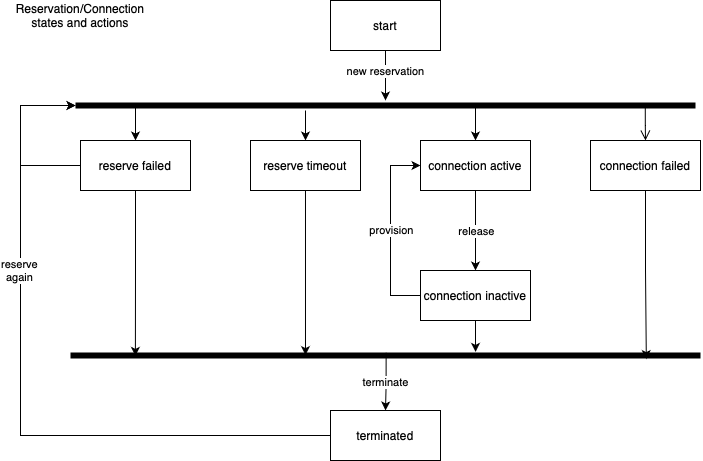
Earlier version of the draw.io export static/ConnectionStateAndActions.drawio.png (workfloworchestrator/nsi-aura). Source tidied: cells renumbered, new cells last; positions are measured from the earlier drawing's top-left corner, leaving out a move shared by most shapes. Its diagram source:
```xml
<mxGraphModel>
  <root>
    <mxCell id="0" />
    <mxCell id="1" parent="0" />
    <mxCell id="2" style="edgeStyle=orthogonalEdgeStyle;rounded=0;jettySize=auto;html=1;" parent="1" edge="1" source="4" target="12">
      <mxGeometry relative="1" as="geometry" />
    </mxCell>
    <mxCell id="3" value="new reservation" style="edgeLabel;html=1;align=center;verticalAlign=middle;" parent="2" vertex="1">
      <mxGeometry x="-0.2" y="-1" relative="1" as="geometry" />
    </mxCell>
    <mxCell id="4" value="start" style="html=1;whiteSpace=wrap;" parent="1" vertex="1">
      <mxGeometry x="310" width="110" height="50" as="geometry" />
    </mxCell>
    <mxCell id="5" style="edgeStyle=orthogonalEdgeStyle;rounded=0;jettySize=auto;html=1;" parent="1" edge="1" source="7" target="18">
      <mxGeometry relative="1" as="geometry" />
    </mxCell>
    <mxCell id="6" value="release" style="edgeLabel;html=1;align=center;verticalAlign=middle;" parent="5" vertex="1">
      <mxGeometry x="-0.05" y="-2" relative="1" as="geometry">
        <mxPoint x="2" y="2" as="offset" />
      </mxGeometry>
    </mxCell>
    <mxCell id="7" value="connection active" style="html=1;whiteSpace=wrap;" parent="1" vertex="1">
      <mxGeometry x="400" y="140" width="110" height="50" as="geometry" />
    </mxCell>
    <mxCell id="8" value="connection failed" style="html=1;whiteSpace=wrap;" parent="1" vertex="1">
      <mxGeometry x="570" y="140" width="110" height="50" as="geometry" />
    </mxCell>
    <mxCell id="9" style="edgeStyle=orthogonalEdgeStyle;rounded=0;jettySize=auto;html=1;entryX=0.5;entryY=0;entryDx=0;entryDy=0;exitX=0.637;exitY=0.58;exitDx=0;exitDy=0;exitPerimeter=0;" parent="1" edge="1" source="12" target="7">
      <mxGeometry relative="1" as="geometry" />
    </mxCell>
    <mxCell id="10" style="edgeStyle=orthogonalEdgeStyle;rounded=0;jettySize=auto;html=1;entryX=0.5;entryY=0;entryDx=0;entryDy=0;exitX=0.089;exitY=0.42;exitDx=0;exitDy=0;exitPerimeter=0;" parent="1" edge="1" source="12" target="15">
      <mxGeometry relative="1" as="geometry" />
    </mxCell>
    <mxCell id="11" style="edgeStyle=orthogonalEdgeStyle;rounded=0;jettySize=auto;html=1;" parent="1" edge="1" source="12" target="14">
      <mxGeometry relative="1" as="geometry">
        <Array as="points">
          <mxPoint x="285" y="120" />
          <mxPoint x="285" y="120" />
        </Array>
      </mxGeometry>
    </mxCell>
    <mxCell id="12" style="shape=line;html=1;strokeWidth=6;strokeColor=#000000;" parent="1" vertex="1">
      <mxGeometry x="55" y="100" width="620" height="10" as="geometry" />
    </mxCell>
    <mxCell id="13" style="edgeStyle=orthogonalEdgeStyle;html=1;verticalAlign=bottom;endArrow=open;endSize=8;strokeColor=light-dark(#000000, #ff9090);rounded=0;entryX=0.5;entryY=0;entryDx=0;entryDy=0;exitX=0.919;exitY=0.58;exitDx=0;exitDy=0;exitPerimeter=0;" parent="1" edge="1" source="12" target="8">
      <mxGeometry relative="1" as="geometry" />
    </mxCell>
    <mxCell id="14" value="reserve timeout" style="html=1;whiteSpace=wrap;" parent="1" vertex="1">
      <mxGeometry x="230" y="140" width="110" height="50" as="geometry" />
    </mxCell>
    <mxCell id="15" value="reserve failed" style="html=1;whiteSpace=wrap;" parent="1" vertex="1">
      <mxGeometry x="60" y="140" width="110" height="50" as="geometry" />
    </mxCell>
    <mxCell id="16" style="edgeStyle=orthogonalEdgeStyle;rounded=0;jettySize=auto;html=1;entryX=0;entryY=0.5;entryDx=0;entryDy=0;exitX=0;exitY=0.5;exitDx=0;exitDy=0;" parent="1" edge="1" source="18" target="7">
      <mxGeometry relative="1" as="geometry">
        <Array as="points">
          <mxPoint x="370" y="295" />
          <mxPoint x="370" y="165" />
        </Array>
      </mxGeometry>
    </mxCell>
    <mxCell id="17" value="provision" style="edgeLabel;html=1;align=center;verticalAlign=middle;" parent="16" vertex="1">
      <mxGeometry x="-0.22" y="-1" relative="1" as="geometry">
        <mxPoint x="-1" y="-21" as="offset" />
      </mxGeometry>
    </mxCell>
    <mxCell id="18" value="connection inactive" style="html=1;whiteSpace=wrap;" parent="1" vertex="1">
      <mxGeometry x="400" y="270" width="110" height="50" as="geometry" />
    </mxCell>
    <mxCell id="19" style="edgeStyle=orthogonalEdgeStyle;rounded=0;jettySize=auto;html=1;entryX=0.5;entryY=0;entryDx=0;entryDy=0;exitX=0.501;exitY=0.22;exitDx=0;exitDy=0;exitPerimeter=0;" parent="1" edge="1" source="21" target="27">
      <mxGeometry relative="1" as="geometry" />
    </mxCell>
    <mxCell id="20" value="terminate" style="edgeLabel;html=1;align=center;verticalAlign=middle;" parent="19" vertex="1">
      <mxGeometry x="-0.19" relative="1" as="geometry">
        <mxPoint x="-1" y="5" as="offset" />
      </mxGeometry>
    </mxCell>
    <mxCell id="21" style="shape=line;html=1;strokeWidth=6;strokeColor=#000000;" parent="1" vertex="1">
      <mxGeometry x="50" y="350" width="630" height="10" as="geometry" />
    </mxCell>
    <mxCell id="22" style="edgeStyle=orthogonalEdgeStyle;rounded=0;jettySize=auto;html=1;entryX=0.643;entryY=0.14;entryDx=0;entryDy=0;entryPerimeter=0;" parent="1" edge="1" source="18" target="21">
      <mxGeometry relative="1" as="geometry" />
    </mxCell>
    <mxCell id="23" style="edgeStyle=orthogonalEdgeStyle;rounded=0;jettySize=auto;html=1;entryX=0.373;entryY=0.46;entryDx=0;entryDy=0;entryPerimeter=0;" parent="1" edge="1" source="14" target="21">
      <mxGeometry relative="1" as="geometry" />
    </mxCell>
    <mxCell id="24" style="edgeStyle=orthogonalEdgeStyle;rounded=0;jettySize=auto;html=1;entryX=0.103;entryY=0.54;entryDx=0;entryDy=0;entryPerimeter=0;" parent="1" edge="1" source="15" target="21">
      <mxGeometry relative="1" as="geometry" />
    </mxCell>
    <mxCell id="25" style="edgeStyle=orthogonalEdgeStyle;rounded=0;jettySize=auto;html=1;entryX=0.914;entryY=0.86;entryDx=0;entryDy=0;entryPerimeter=0;" parent="1" edge="1" source="8" target="21">
      <mxGeometry relative="1" as="geometry" />
    </mxCell>
    <mxCell id="26" style="edgeStyle=orthogonalEdgeStyle;rounded=0;jettySize=auto;html=1;entryX=0;entryY=0.5;entryDx=0;entryDy=0;entryPerimeter=0;exitX=0;exitY=0.5;exitDx=0;exitDy=0;" parent="1" edge="1" source="15" target="12">
      <mxGeometry relative="1" as="geometry">
        <Array as="points">
          <mxPoint y="165" />
          <mxPoint y="105" />
        </Array>
      </mxGeometry>
    </mxCell>
    <mxCell id="27" value="terminated" style="html=1;whiteSpace=wrap;" parent="1" vertex="1">
      <mxGeometry x="310" y="410" width="110" height="50" as="geometry" />
    </mxCell>
    <mxCell id="28" style="edgeStyle=orthogonalEdgeStyle;rounded=0;jettySize=auto;html=1;entryX=0;entryY=0.5;entryDx=0;entryDy=0;entryPerimeter=0;" parent="1" edge="1" source="27" target="12">
      <mxGeometry relative="1" as="geometry">
        <Array as="points">
          <mxPoint y="435" />
          <mxPoint y="105" />
        </Array>
      </mxGeometry>
    </mxCell>
    <mxCell id="29" value="reserve&lt;div&gt;again&lt;/div&gt;" style="edgeLabel;html=1;align=center;verticalAlign=middle;" parent="28" vertex="1">
      <mxGeometry x="0.37" y="2" relative="1" as="geometry" />
    </mxCell>
    <mxCell id="30" value="Reservation/Connection states and actions" style="text;html=1;align=center;verticalAlign=middle;whiteSpace=wrap;rounded=0;" parent="1" vertex="1">
      <mxGeometry x="30" width="60" height="30" as="geometry" />
    </mxCell>
  </root>
</mxGraphModel>
```
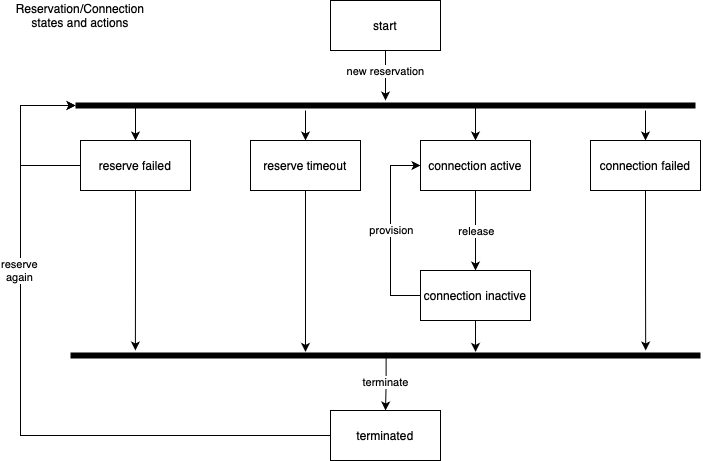
After the change.

Commit message:
update connection state and actions diagram

Diff of the diagram source:
```diff
@@ -39,12 +39,17 @@
         </Array>
       </mxGeometry>
     </mxCell>
+    <mxCell id="13" style="edgeStyle=orthogonalEdgeStyle;rounded=0;jettySize=auto;html=1;entryX=0.5;entryY=0;entryDx=0;entryDy=0;" parent="1" edge="1" source="12" target="8">
+      <mxGeometry relative="1" as="geometry">
+        <Array as="points">
+          <mxPoint x="625" y="120" />
+          <mxPoint x="625" y="120" />
+        </Array>
+      </mxGeometry>
+    </mxCell>
     <mxCell id="12" style="shape=line;html=1;strokeWidth=6;strokeColor=#000000;" parent="1" vertex="1">
       <mxGeometry x="55" y="100" width="620" height="10" as="geometry" />
     </mxCell>
-    <mxCell id="13" style="edgeStyle=orthogonalEdgeStyle;html=1;verticalAlign=bottom;endArrow=open;endSize=8;strokeColor=light-dark(#000000, #ff9090);rounded=0;entryX=0.5;entryY=0;entryDx=0;entryDy=0;exitX=0.919;exitY=0.58;exitDx=0;exitDy=0;exitPerimeter=0;" parent="1" edge="1" source="12" target="8">
-      <mxGeometry relative="1" as="geometry" />
-    </mxCell>
     <mxCell id="14" value="reserve timeout" style="html=1;whiteSpace=wrap;" parent="1" vertex="1">
       <mxGeometry x="230" y="140" width="110" height="50" as="geometry" />
     </mxCell>
@@ -81,13 +86,13 @@
     <mxCell id="22" style="edgeStyle=orthogonalEdgeStyle;rounded=0;jettySize=auto;html=1;entryX=0.643;entryY=0.14;entryDx=0;entryDy=0;entryPerimeter=0;" parent="1" edge="1" source="18" target="21">
       <mxGeometry relative="1" as="geometry" />
     </mxCell>
-    <mxCell id="23" style="edgeStyle=orthogonalEdgeStyle;rounded=0;jettySize=auto;html=1;entryX=0.373;entryY=0.46;entryDx=0;entryDy=0;entryPerimeter=0;" parent="1" edge="1" source="14" target="21">
+    <mxCell id="23" style="edgeStyle=orthogonalEdgeStyle;rounded=0;jettySize=auto;html=1;entryX=0.373;entryY=0.14;entryDx=0;entryDy=0;entryPerimeter=0;" parent="1" edge="1" source="14" target="21">
       <mxGeometry relative="1" as="geometry" />
     </mxCell>
-    <mxCell id="24" style="edgeStyle=orthogonalEdgeStyle;rounded=0;jettySize=auto;html=1;entryX=0.103;entryY=0.54;entryDx=0;entryDy=0;entryPerimeter=0;" parent="1" edge="1" source="15" target="21">
+    <mxCell id="24" style="edgeStyle=orthogonalEdgeStyle;rounded=0;jettySize=auto;html=1;entryX=0.103;entryY=0;entryDx=0;entryDy=0;entryPerimeter=0;" parent="1" edge="1" source="15" target="21">
       <mxGeometry relative="1" as="geometry" />
     </mxCell>
-    <mxCell id="25" style="edgeStyle=orthogonalEdgeStyle;rounded=0;jettySize=auto;html=1;entryX=0.914;entryY=0.86;entryDx=0;entryDy=0;entryPerimeter=0;" parent="1" edge="1" source="8" target="21">
+    <mxCell id="25" style="edgeStyle=orthogonalEdgeStyle;rounded=0;jettySize=auto;html=1;entryX=0.913;entryY=0;entryDx=0;entryDy=0;entryPerimeter=0;" parent="1" edge="1" source="8" target="21">
       <mxGeometry relative="1" as="geometry" />
     </mxCell>
     <mxCell id="26" style="edgeStyle=orthogonalEdgeStyle;rounded=0;jettySize=auto;html=1;entryX=0;entryY=0.5;entryDx=0;entryDy=0;entryPerimeter=0;exitX=0;exitY=0.5;exitDx=0;exitDy=0;" parent="1" edge="1" source="15" target="12">
```
